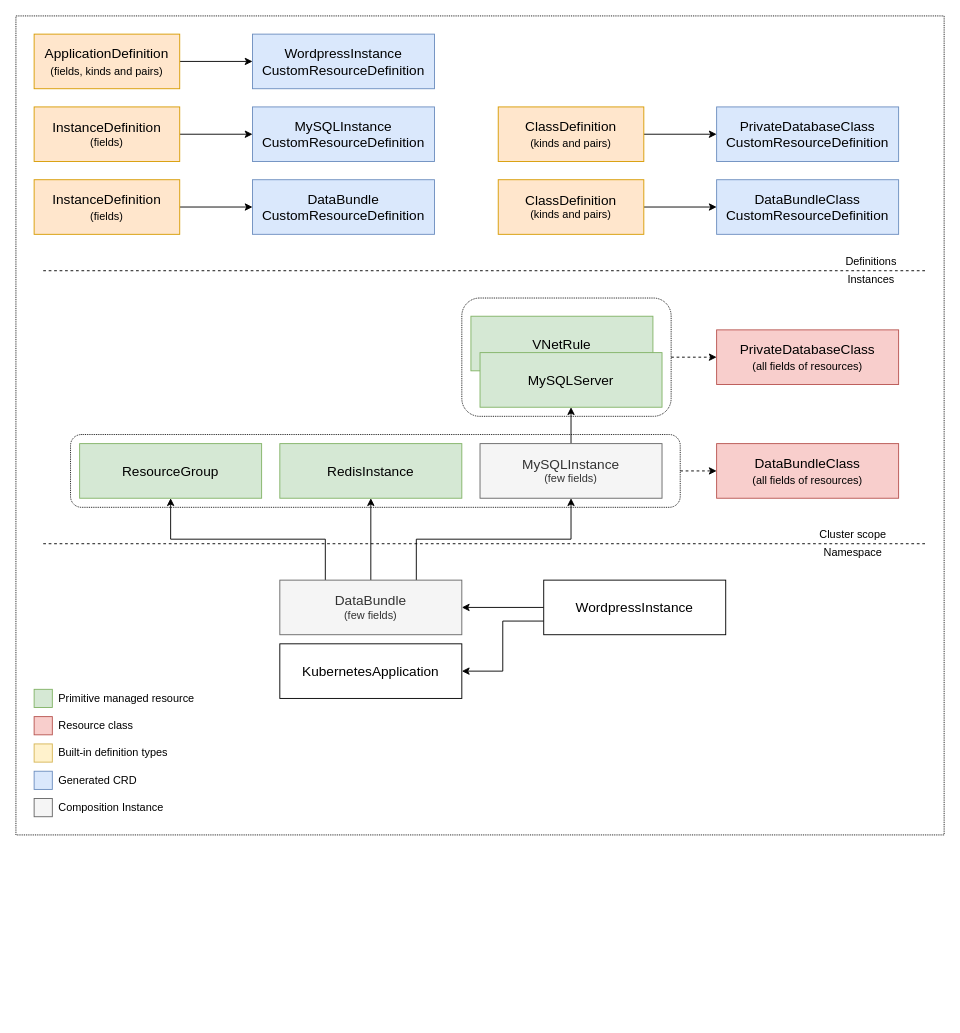
Above: compositeclasses.drawio in muvaf/define-your-claim (draw.io), before the change. Source tidied: cells renumbered, new cells numbered last; positions are measured from the earlier drawing's top-left corner, leaving out a move shared by most shapes. Both pictures are drawn from the tidied source at 91%, with x=0, y=0 at pixel (15, 15).
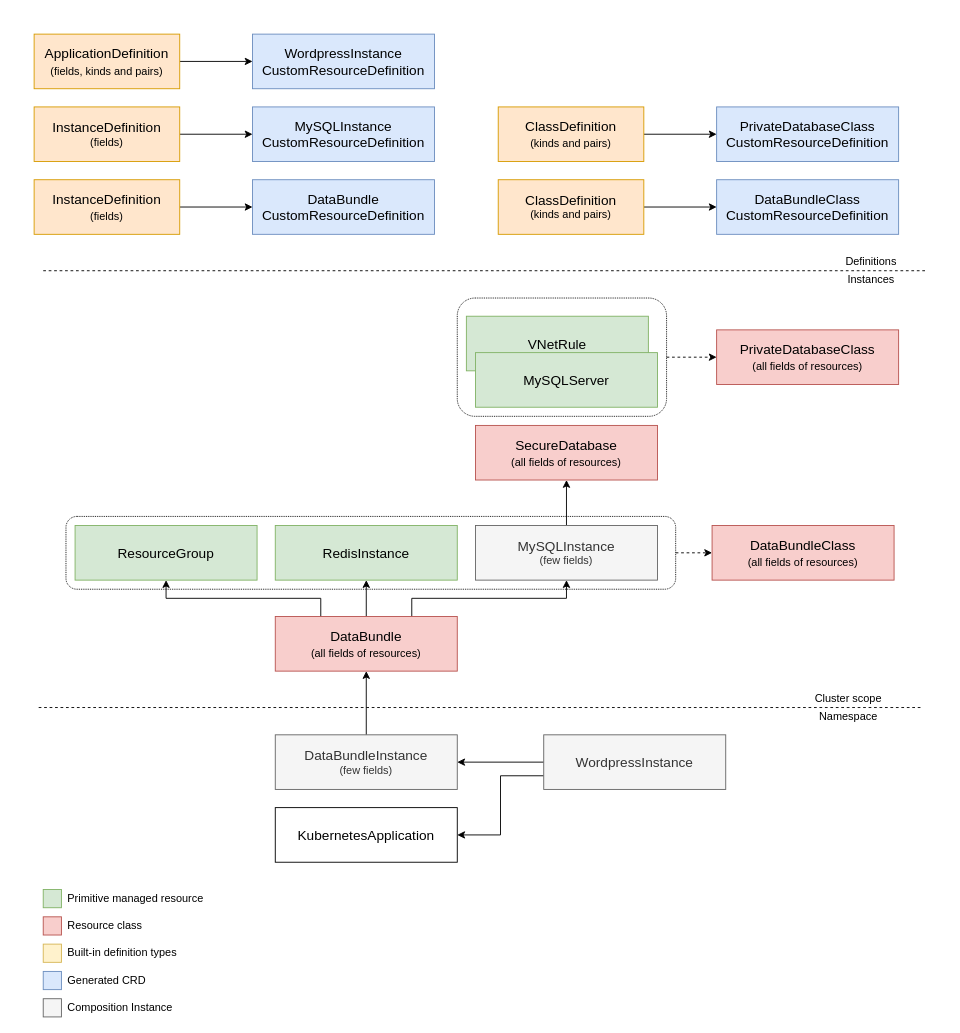
The same page after the edit.

Change to the diagram source:
```diff
@@
-    <mxCell id="2" style="rounded=0;whiteSpace=wrap;html=1;dashed=1;dashPattern=1 1;align=left;fillColor=none;" parent="1" vertex="1">
-      <mxGeometry width="1020" height="900" as="geometry" />
-    </mxCell>
@@
     <mxCell id="4" style="rounded=1;whiteSpace=wrap;html=1;align=left;fillColor=none;dashed=1;dashPattern=1 1;" parent="1" vertex="1">
-      <mxGeometry x="60" y="460" width="670" height="80" as="geometry" />
+      <mxGeometry x="55" y="550" width="670" height="80" as="geometry" />
     </mxCell>
@@
     <mxCell id="14" style="endArrow=none;dashed=1;html=1;" parent="1" edge="1">
       <mxGeometry relative="1" as="geometry">
-        <mxPoint x="30" y="580" as="sourcePoint" />
-        <mxPoint x="1000" y="580" as="targetPoint" />
+        <mxPoint x="25" y="760" as="sourcePoint" />
+        <mxPoint x="995" y="760" as="targetPoint" />
       </mxGeometry>
     </mxCell>
     <mxCell id="15" value="Cluster scope" style="text;html=1;strokeColor=none;fillColor=none;align=center;verticalAlign=middle;whiteSpace=wrap;rounded=0;" parent="1" vertex="1">
-      <mxGeometry x="880" y="560" width="80" height="20" as="geometry" />
+      <mxGeometry x="875" y="740" width="80" height="20" as="geometry" />
     </mxCell>
     <mxCell id="16" value="Namespace" style="text;html=1;strokeColor=none;fillColor=none;align=center;verticalAlign=middle;whiteSpace=wrap;rounded=0;" parent="1" vertex="1">
-      <mxGeometry x="880" y="580" width="80" height="20" as="geometry" />
+      <mxGeometry x="875" y="760" width="80" height="20" as="geometry" />
     </mxCell>
@@
-    <mxCell id="18" style="edgeStyle=orthogonalEdgeStyle;rounded=0;jettySize=auto;html=1;exitX=0;exitY=0.5;exitDx=0;exitDy=0;entryX=1;entryY=0.5;entryDx=0;entryDy=0;" parent="1" edge="1" source="19" target="50">
-      <mxGeometry relative="1" as="geometry" />
-    </mxCell>
+    <mxCell id="54" style="edgeStyle=orthogonalEdgeStyle;rounded=0;jettySize=auto;html=1;exitX=0;exitY=0.5;exitDx=0;exitDy=0;entryX=1;entryY=0.5;entryDx=0;entryDy=0;" parent="1" edge="1" source="19" target="58">
+      <mxGeometry relative="1" as="geometry" />
+    </mxCell>
-    <mxCell id="19" value="&lt;div&gt;&lt;font style=&quot;font-size: 15px&quot;&gt;WordpressInstance&lt;/font&gt;&lt;/div&gt;" style="rounded=0;whiteSpace=wrap;html=1;" parent="1" vertex="1">
-      <mxGeometry x="580" y="620" width="200" height="60" as="geometry" />
+    <mxCell id="19" value="&lt;div&gt;&lt;font style=&quot;font-size: 15px&quot;&gt;WordpressInstance&lt;/font&gt;&lt;/div&gt;" style="rounded=0;whiteSpace=wrap;html=1;fillColor=#f5f5f5;strokeColor=#666666;fontColor=#333333;" parent="1" vertex="1">
+      <mxGeometry x="580" y="790" width="200" height="60" as="geometry" />
     </mxCell>
@@
     <mxCell id="23" value="&lt;font style=&quot;font-size: 15px&quot;&gt;KubernetesApplication&lt;/font&gt;" style="rounded=0;whiteSpace=wrap;html=1;" parent="1" vertex="1">
-      <mxGeometry x="290" y="690" width="200" height="60" as="geometry" />
+      <mxGeometry x="285" y="870" width="200" height="60" as="geometry" />
     </mxCell>
     <mxCell id="24" value="&lt;font style=&quot;font-size: 15px&quot;&gt;ResourceGroup&lt;/font&gt;" style="rounded=0;whiteSpace=wrap;html=1;fillColor=#d5e8d4;strokeColor=#82b366;" parent="1" vertex="1">
-      <mxGeometry x="70" y="470" width="200" height="60" as="geometry" />
+      <mxGeometry x="65" y="560" width="200" height="60" as="geometry" />
     </mxCell>
@@
     <mxCell id="29" value="&lt;font style=&quot;font-size: 15px&quot;&gt;VNetRule&lt;/font&gt;" style="rounded=0;whiteSpace=wrap;html=1;fillColor=#d5e8d4;strokeColor=#82b366;" parent="1" vertex="1">
-      <mxGeometry x="500" y="330" width="200" height="60" as="geometry" />
+      <mxGeometry x="495" y="330" width="200" height="60" as="geometry" />
     </mxCell>
     <mxCell id="30" value="&lt;font style=&quot;font-size: 15px&quot;&gt;MySQLServer&lt;/font&gt;" style="rounded=0;whiteSpace=wrap;html=1;fillColor=#d5e8d4;strokeColor=#82b366;" parent="1" vertex="1">
-      <mxGeometry x="510" y="370" width="200" height="60" as="geometry" />
+      <mxGeometry x="505" y="370" width="200" height="60" as="geometry" />
     </mxCell>
     <mxCell id="31" style="whiteSpace=wrap;html=1;fillColor=#d5e8d4;strokeColor=#82b366;" parent="1" vertex="1">
-      <mxGeometry x="20" y="740" width="20" height="20" as="geometry" />
+      <mxGeometry x="30" y="960" width="20" height="20" as="geometry" />
     </mxCell>
     <mxCell id="32" style="whiteSpace=wrap;html=1;fillColor=#f8cecc;strokeColor=#b85450;" parent="1" vertex="1">
-      <mxGeometry x="20" y="770" width="20" height="20" as="geometry" />
+      <mxGeometry x="30" y="990" width="20" height="20" as="geometry" />
     </mxCell>
     <mxCell id="33" style="whiteSpace=wrap;html=1;fillColor=#dae8fc;strokeColor=#6c8ebf;" parent="1" vertex="1">
-      <mxGeometry x="20" y="830" width="20" height="20" as="geometry" />
+      <mxGeometry x="30" y="1050" width="20" height="20" as="geometry" />
     </mxCell>
     <mxCell id="34" style="whiteSpace=wrap;html=1;fillColor=#f5f5f5;strokeColor=#666666;fontColor=#333333;" parent="1" vertex="1">
-      <mxGeometry x="20" y="860" width="20" height="20" as="geometry" />
+      <mxGeometry x="30" y="1080" width="20" height="20" as="geometry" />
     </mxCell>
     <mxCell id="35" style="whiteSpace=wrap;html=1;fillColor=#fff2cc;strokeColor=#d6b656;" parent="1" vertex="1">
-      <mxGeometry x="20" y="800" width="20" height="20" as="geometry" />
+      <mxGeometry x="30" y="1020" width="20" height="20" as="geometry" />
     </mxCell>
     <mxCell id="36" value="Primitive managed resource" style="text;html=1;strokeColor=none;fillColor=none;align=left;verticalAlign=middle;whiteSpace=wrap;rounded=0;" parent="1" vertex="1">
-      <mxGeometry x="45" y="740" width="155" height="20" as="geometry" />
+      <mxGeometry x="55" y="960" width="155" height="20" as="geometry" />
     </mxCell>
     <mxCell id="37" value="Resource class" style="text;html=1;strokeColor=none;fillColor=none;align=left;verticalAlign=middle;whiteSpace=wrap;rounded=0;" parent="1" vertex="1">
-      <mxGeometry x="45" y="770" width="120" height="20" as="geometry" />
+      <mxGeometry x="55" y="990" width="120" height="20" as="geometry" />
     </mxCell>
     <mxCell id="38" value="Built-in definition types" style="text;html=1;strokeColor=none;fillColor=none;align=left;verticalAlign=middle;whiteSpace=wrap;rounded=0;" parent="1" vertex="1">
-      <mxGeometry x="45" y="800" width="130" height="20" as="geometry" />
+      <mxGeometry x="55" y="1020" width="130" height="20" as="geometry" />
     </mxCell>
     <mxCell id="39" value="Generated CRD" style="text;html=1;strokeColor=none;fillColor=none;align=left;verticalAlign=middle;whiteSpace=wrap;rounded=0;" parent="1" vertex="1">
-      <mxGeometry x="45" y="830" width="120" height="20" as="geometry" />
+      <mxGeometry x="55" y="1050" width="120" height="20" as="geometry" />
     </mxCell>
     <mxCell id="40" value="Composition Instance" style="text;html=1;strokeColor=none;fillColor=none;align=left;verticalAlign=middle;whiteSpace=wrap;rounded=0;" parent="1" vertex="1">
-      <mxGeometry x="45" y="860" width="135" height="20" as="geometry" />
+      <mxGeometry x="55" y="1080" width="135" height="20" as="geometry" />
     </mxCell>
-    <mxCell id="41" style="edgeStyle=orthogonalEdgeStyle;rounded=0;jettySize=auto;html=1;exitX=0.5;exitY=0;exitDx=0;exitDy=0;entryX=0.5;entryY=1;entryDx=0;entryDy=0;" parent="1" edge="1" source="42" target="30">
-      <mxGeometry relative="1" as="geometry" />
-    </mxCell>
+    <mxCell id="55" style="edgeStyle=orthogonalEdgeStyle;rounded=0;jettySize=auto;html=1;exitX=0.5;exitY=0;exitDx=0;exitDy=0;" parent="1" edge="1" source="42" target="56">
+      <mxGeometry relative="1" as="geometry" />
+    </mxCell>
     <mxCell id="42" value="&lt;div&gt;&lt;font style=&quot;font-size: 15px&quot;&gt;MySQLInstance&lt;/font&gt;&lt;/div&gt;(few fields)" style="rounded=0;whiteSpace=wrap;html=1;fillColor=#f5f5f5;strokeColor=#666666;fontColor=#333333;" parent="1" vertex="1">
-      <mxGeometry x="510" y="470" width="200" height="60" as="geometry" />
+      <mxGeometry x="505" y="560" width="200" height="60" as="geometry" />
     </mxCell>
     <mxCell id="43" value="&lt;font style=&quot;font-size: 15px&quot;&gt;RedisInstance&lt;/font&gt;" style="rounded=0;whiteSpace=wrap;html=1;fillColor=#d5e8d4;strokeColor=#82b366;" parent="1" vertex="1">
-      <mxGeometry x="290" y="470" width="200" height="60" as="geometry" />
+      <mxGeometry x="285" y="560" width="200" height="60" as="geometry" />
     </mxCell>
@@
     <mxCell id="47" value="&lt;font style=&quot;font-size: 15px&quot;&gt;DataBundleClass&lt;/font&gt;&lt;br&gt;&lt;font style=&quot;font-size: 15px&quot;&gt;&lt;font style=&quot;font-size: 12px&quot;&gt;(all fields of resources)&lt;/font&gt;&lt;/font&gt;" style="rounded=0;whiteSpace=wrap;html=1;fillColor=#f8cecc;strokeColor=#b85450;" parent="1" vertex="1">
-      <mxGeometry x="770" y="470" width="200" height="60" as="geometry" />
+      <mxGeometry x="765" y="560" width="200" height="60" as="geometry" />
     </mxCell>
@@
     <mxCell id="49" style="rounded=1;whiteSpace=wrap;html=1;align=left;fillColor=none;dashed=1;dashPattern=1 1;" parent="1" vertex="1">
-      <mxGeometry x="490" y="310" width="230" height="130" as="geometry" />
+      <mxGeometry x="485" y="310" width="230" height="130" as="geometry" />
     </mxCell>
-    <mxCell id="50" value="&lt;font style=&quot;font-size: 15px&quot;&gt;DataBundle&lt;/font&gt;&lt;br&gt;(few fields)" style="rounded=0;whiteSpace=wrap;html=1;fillColor=#f5f5f5;strokeColor=#666666;fontColor=#333333;" parent="1" vertex="1">
-      <mxGeometry x="290" y="620" width="200" height="60" as="geometry" />
+    <mxCell id="50" value="&lt;font style=&quot;font-size: 15px&quot;&gt;DataBundle&lt;/font&gt;&lt;br&gt;&lt;font style=&quot;font-size: 15px&quot;&gt;&lt;font style=&quot;font-size: 12px&quot;&gt;(all fields of resources)&lt;/font&gt;&lt;/font&gt;" style="rounded=0;whiteSpace=wrap;html=1;fillColor=#f8cecc;strokeColor=#b85450;" parent="1" vertex="1">
+      <mxGeometry x="285" y="660" width="200" height="60" as="geometry" />
     </mxCell>
+    <mxCell id="56" value="&lt;font style=&quot;font-size: 15px&quot;&gt;SecureDatabase&lt;br&gt;&lt;font style=&quot;font-size: 12px&quot;&gt;(&lt;/font&gt;&lt;/font&gt;&lt;font style=&quot;font-size: 15px&quot;&gt;&lt;font style=&quot;font-size: 12px&quot;&gt;&lt;font style=&quot;font-size: 15px&quot;&gt;&lt;font style=&quot;font-size: 12px&quot;&gt;all fields of resources&lt;/font&gt;&lt;/font&gt;)&lt;/font&gt;&lt;br&gt;&lt;/font&gt;" style="rounded=0;whiteSpace=wrap;html=1;fillColor=#f8cecc;strokeColor=#b85450;" parent="1" vertex="1">
+      <mxGeometry x="505" y="450" width="200" height="60" as="geometry" />
+    </mxCell>
+    <mxCell id="57" style="edgeStyle=orthogonalEdgeStyle;rounded=0;jettySize=auto;html=1;exitX=0.5;exitY=0;exitDx=0;exitDy=0;" parent="1" edge="1" source="58" target="50">
+      <mxGeometry relative="1" as="geometry" />
+    </mxCell>
+    <mxCell id="58" value="&lt;font style=&quot;font-size: 15px&quot;&gt;DataBundleInstance&lt;/font&gt;&lt;br&gt;(few fields)" style="rounded=0;whiteSpace=wrap;html=1;fillColor=#f5f5f5;strokeColor=#666666;fontColor=#333333;" parent="1" vertex="1">
+      <mxGeometry x="285" y="790" width="200" height="60" as="geometry" />
+    </mxCell>
```
